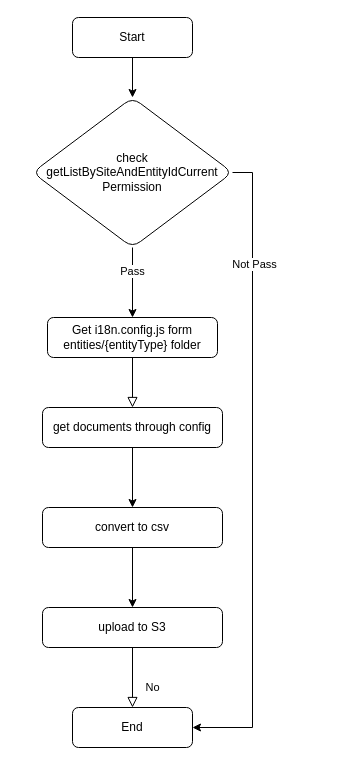
The draw.io diagram User-Defined-I18n-Export.drawio in SmileSB1O1/draw-active, before the edit. Source tidied: cells renumbered, new cells numbered last; positions are measured from the earlier drawing's top-left corner, leaving out a move shared by most shapes. Both pictures are drawn from the tidied source at 100%, with x=0, y=0 at pixel (32, 17).
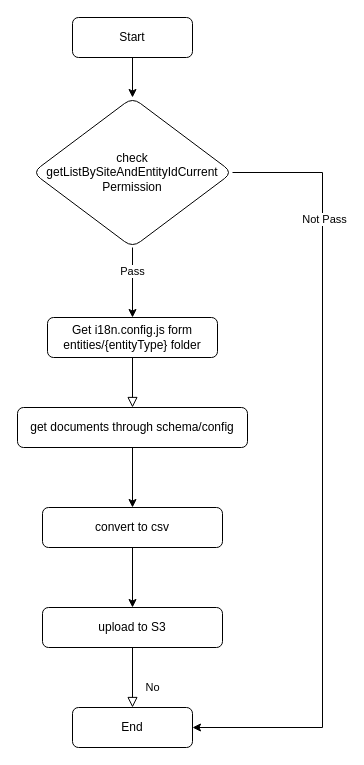
The same page after the edit.

The edit, as a diff of the source:
```diff
@@
 <mxGraphModel>
   <root>
     <mxCell id="0" />
     <mxCell id="1" parent="0" />
     <mxCell id="2" style="edgeStyle=orthogonalEdgeStyle;rounded=0;jettySize=auto;html=1;" parent="1" edge="1" source="3" target="17">
       <mxGeometry relative="1" as="geometry" />
     </mxCell>
     <mxCell id="3" value="Start" style="rounded=1;whiteSpace=wrap;html=1;fontSize=12;glass=0;strokeWidth=1;shadow=0;" parent="1" vertex="1">
       <mxGeometry x="40" width="120" height="40" as="geometry" />
     </mxCell>
     <mxCell id="4" style="rounded=0;html=1;jettySize=auto;fontSize=11;endArrow=block;endFill=0;endSize=8;strokeWidth=1;shadow=0;labelBackgroundColor=none;edgeStyle=orthogonalEdgeStyle;exitX=0.5;exitY=1;exitDx=0;exitDy=0;entryX=0.5;entryY=0;entryDx=0;entryDy=0;" parent="1" edge="1" source="5" target="9">
       <mxGeometry y="20" relative="1" as="geometry" />
     </mxCell>
     <mxCell id="5" value="Get i18n.config.js form entities/{entityType} folder" style="rounded=1;whiteSpace=wrap;html=1;fontSize=12;glass=0;strokeWidth=1;shadow=0;" parent="1" vertex="1">
       <mxGeometry x="15" y="300" width="170" height="40" as="geometry" />
     </mxCell>
     <mxCell id="6" value="No" style="rounded=0;html=1;jettySize=auto;fontSize=11;endArrow=block;endFill=0;endSize=8;strokeWidth=1;shadow=0;labelBackgroundColor=none;edgeStyle=orthogonalEdgeStyle;exitX=0.5;exitY=1;exitDx=0;exitDy=0;" parent="1" edge="1" source="12" target="7">
       <mxGeometry x="0.33" y="20" relative="1" as="geometry" />
     </mxCell>
     <mxCell id="7" value="End" style="rounded=1;whiteSpace=wrap;html=1;fontSize=12;glass=0;strokeWidth=1;shadow=0;" parent="1" vertex="1">
       <mxGeometry x="40" y="690" width="120" height="40" as="geometry" />
     </mxCell>
     <mxCell id="8" style="edgeStyle=orthogonalEdgeStyle;rounded=0;jettySize=auto;html=1;exitX=0.5;exitY=1;exitDx=0;exitDy=0;entryX=0.5;entryY=0;entryDx=0;entryDy=0;" parent="1" edge="1" source="9" target="11">
       <mxGeometry relative="1" as="geometry" />
     </mxCell>
-    <mxCell id="9" value="get documents through config" style="rounded=1;whiteSpace=wrap;html=1;fontSize=12;glass=0;strokeWidth=1;shadow=0;" parent="1" vertex="1">
-      <mxGeometry x="10" y="390" width="180" height="40" as="geometry" />
+    <mxCell id="9" value="get documents through schema/config" style="rounded=1;whiteSpace=wrap;html=1;fontSize=12;glass=0;strokeWidth=1;shadow=0;" parent="1" vertex="1">
+      <mxGeometry x="-15" y="390" width="230" height="40" as="geometry" />
     </mxCell>
     <mxCell id="10" style="edgeStyle=orthogonalEdgeStyle;rounded=0;jettySize=auto;html=1;exitX=0.5;exitY=1;exitDx=0;exitDy=0;entryX=0.5;entryY=0;entryDx=0;entryDy=0;" parent="1" edge="1" source="11" target="12">
       <mxGeometry relative="1" as="geometry" />
     </mxCell>
     <mxCell id="11" value="convert to csv" style="rounded=1;whiteSpace=wrap;html=1;fontSize=12;glass=0;strokeWidth=1;shadow=0;" parent="1" vertex="1">
       <mxGeometry x="10" y="490" width="180" height="40" as="geometry" />
     </mxCell>
     <mxCell id="12" value="upload to S3" style="rounded=1;whiteSpace=wrap;html=1;fontSize=12;glass=0;strokeWidth=1;shadow=0;" parent="1" vertex="1">
       <mxGeometry x="10" y="590" width="180" height="40" as="geometry" />
     </mxCell>
     <mxCell id="13" style="edgeStyle=orthogonalEdgeStyle;rounded=0;jettySize=auto;html=1;" parent="1" edge="1" source="17" target="5">
       <mxGeometry relative="1" as="geometry" />
     </mxCell>
     <mxCell id="14" value="Pass" style="edgeLabel;html=1;align=center;verticalAlign=middle;" parent="13" vertex="1">
       <mxGeometry x="-0.34" y="-1" relative="1" as="geometry" />
     </mxCell>
     <mxCell id="15" style="edgeStyle=orthogonalEdgeStyle;rounded=0;jettySize=auto;html=1;entryX=1;entryY=0.5;entryDx=0;entryDy=0;" parent="1" edge="1" source="17" target="7">
       <mxGeometry relative="1" as="geometry">
         <Array as="points">
-          <mxPoint x="220" y="155" />
-          <mxPoint x="220" y="710" />
+          <mxPoint x="290" y="155" />
+          <mxPoint x="290" y="710" />
         </Array>
       </mxGeometry>
     </mxCell>
     <mxCell id="16" value="Not Pass" style="edgeLabel;html=1;align=center;verticalAlign=middle;" parent="15" vertex="1">
       <mxGeometry x="-0.65" y="1" relative="1" as="geometry" />
     </mxCell>
     <mxCell id="17" value="check getListBySiteAndEntityIdCurrent Permission" style="rhombus;whiteSpace=wrap;html=1;rounded=1;glass=0;strokeWidth=1;shadow=0;" parent="1" vertex="1">
       <mxGeometry y="80" width="200" height="150" as="geometry" />
     </mxCell>
   </root>
 </mxGraphModel>
```
